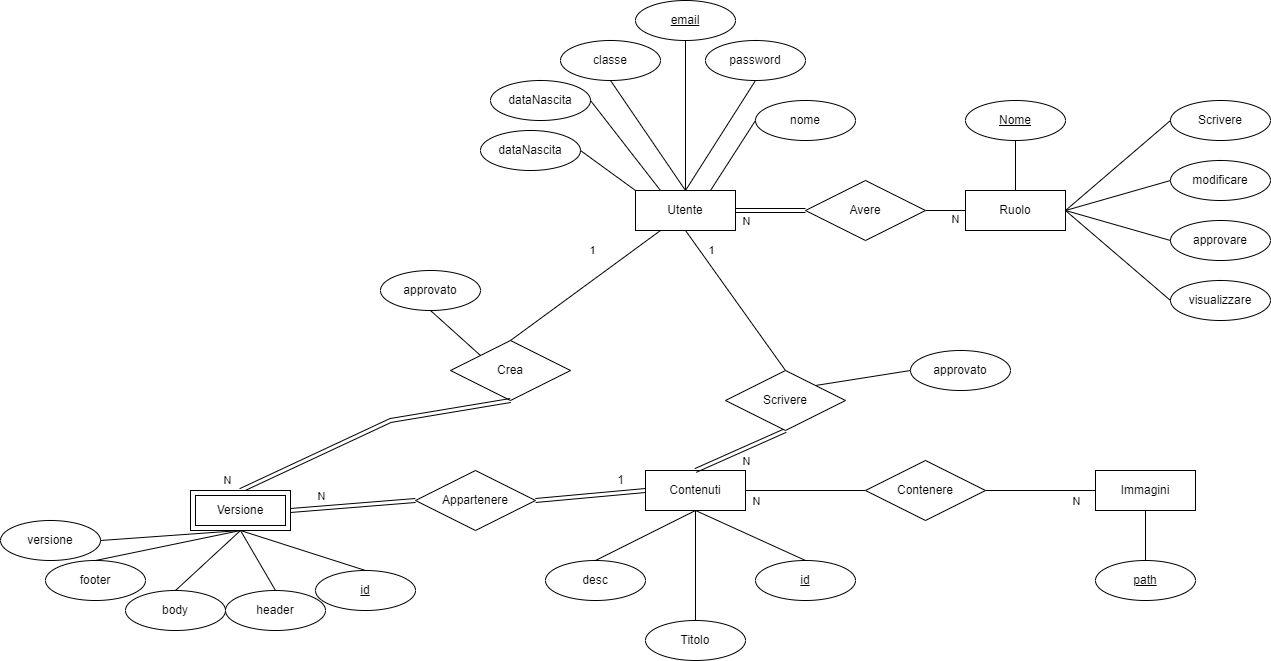
AngeloRipamonti/5C_WikiStudenti_DiDonnaKotisRipamontiTacconi keeps this draw.io diagram as assets/schemas/SchemaER.drawio.png. Above is the earlier version. Source tidied: cells renumbered, new cells last; positions are measured from the earlier drawing's top-left corner, leaving out a move shared by most shapes.
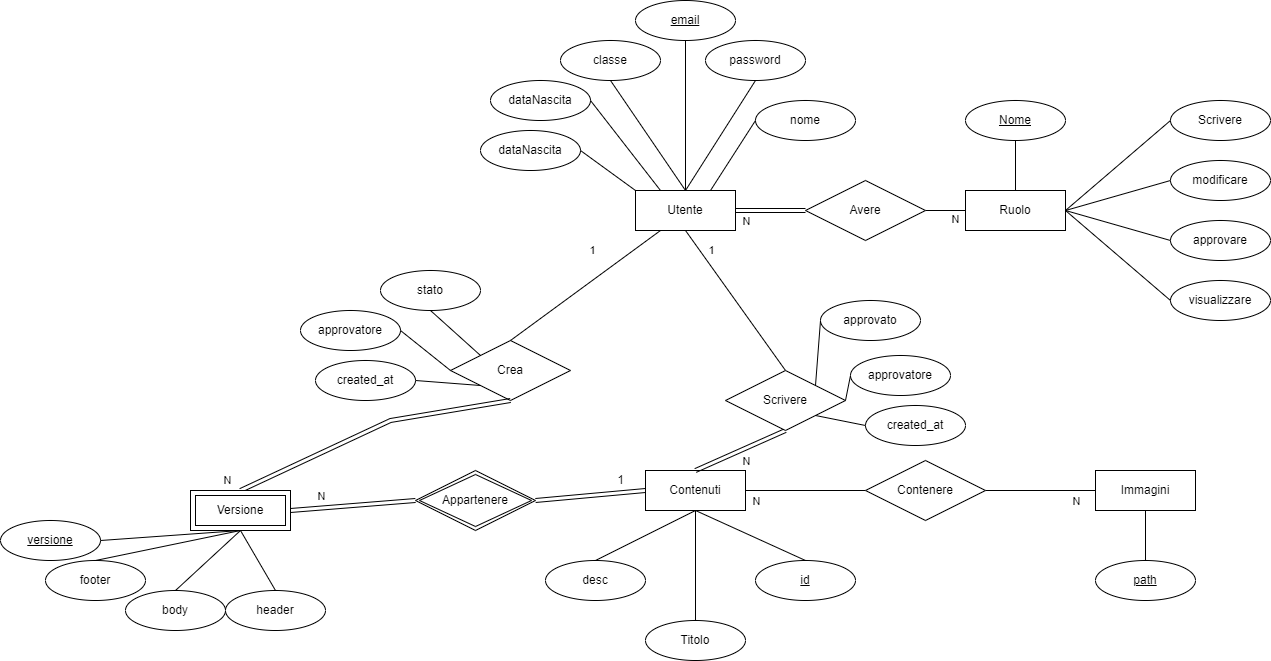
The same diagram one commit later.

The edit, as a diff of the source:
```diff
@@ -21,7 +21,7 @@
       <mxGeometry x="755" y="560" width="100" height="40" as="geometry" />
     </mxCell>
     <mxCell id="8" value="approvato" style="ellipse;whiteSpace=wrap;html=1;align=center;" parent="1" vertex="1">
-      <mxGeometry x="910" y="350" width="100" height="40" as="geometry" />
+      <mxGeometry x="820" y="300" width="100" height="40" as="geometry" />
     </mxCell>
     <mxCell id="9" value="classe" style="ellipse;whiteSpace=wrap;html=1;align=center;" parent="1" vertex="1">
       <mxGeometry x="560" y="40" width="100" height="40" as="geometry" />
@@ -154,29 +154,30 @@
         <mxPoint x="-164" y="62" as="offset" />
       </mxGeometry>
     </mxCell>
-    <mxCell id="46" value="approvato" style="ellipse;whiteSpace=wrap;html=1;align=center;" parent="1" vertex="1">
+    <mxCell id="46" value="stato" style="ellipse;whiteSpace=wrap;html=1;align=center;" parent="1" vertex="1">
       <mxGeometry x="380" y="270" width="100" height="40" as="geometry" />
     </mxCell>
     <mxCell id="47" style="endArrow=none;html=1;rounded=0;exitX=0.5;exitY=1;exitDx=0;exitDy=0;entryX=0;entryY=0;entryDx=0;entryDy=0;" parent="1" edge="1" source="46" target="41">
       <mxGeometry relative="1" as="geometry" />
     </mxCell>
-    <mxCell id="48" style="endArrow=none;html=1;rounded=0;entryX=0;entryY=0.5;entryDx=0;entryDy=0;exitX=1;exitY=0.5;exitDx=0;exitDy=0;shape=link;" parent="1" edge="1" source="52" target="4">
-      <mxGeometry relative="1" as="geometry" />
+    <mxCell id="48" style="endArrow=none;html=1;rounded=0;entryX=0;entryY=0.5;entryDx=0;entryDy=0;exitX=1;exitY=0.5;exitDx=0;exitDy=0;shape=link;" parent="1" edge="1" target="4">
+      <mxGeometry relative="1" as="geometry">
+        <mxPoint x="535" y="500" as="sourcePoint" />
+      </mxGeometry>
     </mxCell>
     <mxCell id="49" value="1" style="text;html=1;align=center;verticalAlign=middle;strokeColor=none;fillColor=none;" parent="1" vertex="1">
       <mxGeometry x="605" y="465" width="30" height="30" as="geometry" />
     </mxCell>
-    <mxCell id="50" style="endArrow=none;html=1;rounded=0;entryX=0;entryY=0.5;entryDx=0;entryDy=0;exitX=1;exitY=0.5;exitDx=0;exitDy=0;shape=link;" parent="1" edge="1" source="60" target="52">
-      <mxGeometry relative="1" as="geometry" />
+    <mxCell id="50" style="endArrow=none;html=1;rounded=0;entryX=0;entryY=0.5;entryDx=0;entryDy=0;exitX=1;exitY=0.5;exitDx=0;exitDy=0;shape=link;" parent="1" edge="1" source="60">
+      <mxGeometry relative="1" as="geometry">
+        <mxPoint x="415" y="500" as="targetPoint" />
+      </mxGeometry>
     </mxCell>
     <mxCell id="51" value="N" style="edgeLabel;html=1;align=center;verticalAlign=middle;" parent="50" vertex="1">
       <mxGeometry x="-0.42" y="-3" relative="1" as="geometry">
         <mxPoint x="-6" y="-15" as="offset" />
       </mxGeometry>
     </mxCell>
-    <mxCell id="52" value="Appartenere" style="shape=rhombus;perimeter=rhombusPerimeter;whiteSpace=wrap;html=1;align=center;" parent="1" vertex="1">
-      <mxGeometry x="415" y="470" width="120" height="60" as="geometry" />
-    </mxCell>
     <mxCell id="53" value="Titolo" style="ellipse;whiteSpace=wrap;html=1;align=center;" parent="1" vertex="1">
       <mxGeometry x="645" y="620" width="100" height="40" as="geometry" />
     </mxCell>
@@ -192,12 +193,9 @@
     <mxCell id="57" value="footer" style="ellipse;whiteSpace=wrap;html=1;align=center;" parent="1" vertex="1">
       <mxGeometry x="45" y="560" width="100" height="40" as="geometry" />
     </mxCell>
-    <mxCell id="58" value="versione" style="ellipse;whiteSpace=wrap;html=1;align=center;" parent="1" vertex="1">
+    <mxCell id="58" value="&lt;u&gt;versione&lt;/u&gt;" style="ellipse;whiteSpace=wrap;html=1;align=center;" parent="1" vertex="1">
       <mxGeometry y="520" width="100" height="40" as="geometry" />
     </mxCell>
-    <mxCell id="59" value="id" style="ellipse;whiteSpace=wrap;html=1;align=center;fontStyle=4;" parent="1" vertex="1">
-      <mxGeometry x="315" y="570" width="100" height="40" as="geometry" />
-    </mxCell>
     <mxCell id="60" value="Versione" style="shape=ext;margin=3;double=1;whiteSpace=wrap;html=1;align=center;" parent="1" vertex="1">
       <mxGeometry x="190" y="490" width="100" height="40" as="geometry" />
     </mxCell>
@@ -213,9 +211,6 @@
     <mxCell id="64" style="endArrow=none;html=1;rounded=0;exitX=0.5;exitY=1;exitDx=0;exitDy=0;entryX=0.5;entryY=0;entryDx=0;entryDy=0;" parent="1" edge="1" source="60" target="55">
       <mxGeometry relative="1" as="geometry" />
     </mxCell>
-    <mxCell id="65" style="endArrow=none;html=1;rounded=0;exitX=0.5;exitY=1;exitDx=0;exitDy=0;entryX=0.5;entryY=0;entryDx=0;entryDy=0;" parent="1" edge="1" source="60" target="59">
-      <mxGeometry relative="1" as="geometry" />
-    </mxCell>
     <mxCell id="66" value="Scrivere" style="ellipse;whiteSpace=wrap;html=1;align=center;" parent="1" vertex="1">
       <mxGeometry x="1170" y="100" width="100" height="40" as="geometry" />
     </mxCell>
@@ -246,5 +241,32 @@
     <mxCell id="75" style="endArrow=none;html=1;rounded=0;exitX=1;exitY=0.5;exitDx=0;exitDy=0;entryX=0;entryY=0;entryDx=0;entryDy=0;" parent="1" edge="1" source="74" target="2">
       <mxGeometry relative="1" as="geometry" />
     </mxCell>
+    <mxCell id="52" value="&lt;span style=&quot;color: rgb(0, 0, 0);&quot;&gt;Appartenere&lt;/span&gt;" style="shape=rhombus;double=1;perimeter=rhombusPerimeter;whiteSpace=wrap;html=1;align=center;" parent="1" vertex="1">
+      <mxGeometry x="415" y="470" width="120" height="60" as="geometry" />
+    </mxCell>
+    <mxCell id="76" value="approvatore" style="ellipse;whiteSpace=wrap;html=1;align=center;" parent="1" vertex="1">
+      <mxGeometry x="300" y="310" width="100" height="40" as="geometry" />
+    </mxCell>
+    <mxCell id="77" value="created_at" style="ellipse;whiteSpace=wrap;html=1;align=center;" parent="1" vertex="1">
+      <mxGeometry x="315" y="360" width="100" height="40" as="geometry" />
+    </mxCell>
+    <mxCell id="78" value="approvatore" style="ellipse;whiteSpace=wrap;html=1;align=center;" parent="1" vertex="1">
+      <mxGeometry x="850" y="355" width="100" height="40" as="geometry" />
+    </mxCell>
+    <mxCell id="79" value="created_at" style="ellipse;whiteSpace=wrap;html=1;align=center;" parent="1" vertex="1">
+      <mxGeometry x="865" y="405" width="100" height="40" as="geometry" />
+    </mxCell>
+    <mxCell id="80" style="endArrow=none;html=1;rounded=0;exitX=1;exitY=0.5;exitDx=0;exitDy=0;entryX=0;entryY=0.5;entryDx=0;entryDy=0;" parent="1" edge="1" source="76" target="41">
+      <mxGeometry relative="1" as="geometry" />
+    </mxCell>
+    <mxCell id="81" style="endArrow=none;html=1;rounded=0;exitX=1;exitY=0.5;exitDx=0;exitDy=0;entryX=0;entryY=1;entryDx=0;entryDy=0;" parent="1" edge="1" source="77" target="41">
+      <mxGeometry relative="1" as="geometry" />
+    </mxCell>
+    <mxCell id="82" style="endArrow=none;html=1;rounded=0;exitX=0;exitY=0.5;exitDx=0;exitDy=0;entryX=1;entryY=0.5;entryDx=0;entryDy=0;" parent="1" edge="1" source="78" target="40">
+      <mxGeometry relative="1" as="geometry" />
+    </mxCell>
+    <mxCell id="83" style="endArrow=none;html=1;rounded=0;exitX=1;exitY=1;exitDx=0;exitDy=0;entryX=0;entryY=0.5;entryDx=0;entryDy=0;" parent="1" edge="1" source="40" target="79">
+      <mxGeometry relative="1" as="geometry" />
+    </mxCell>
   </root>
 </mxGraphModel>
```
